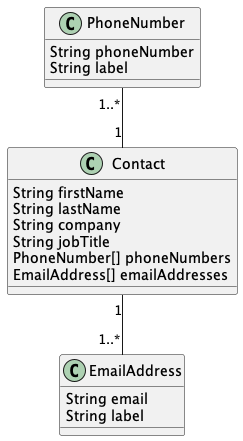
Before: ContactAppClassDiagram.png, a diagram exported from PlantUML (btsogtbaatar/cs489-quiz). Its diagram source:
```plantuml
@startuml "ContactAppClassDiagram"

class Contact {
    String firstName
    String lastName
    String company
    String jobTitle
    PhoneNumber[] phoneNumbers
    EmailAddress[] emailAddresses
}

class PhoneNumber {
    String phoneNumber
    String label
}

class EmailAddress {
    String email
    String label
}

Contact "1" -u- "1..*" PhoneNumber
Contact "1" -d- "1..*" EmailAddress

@enduml
```
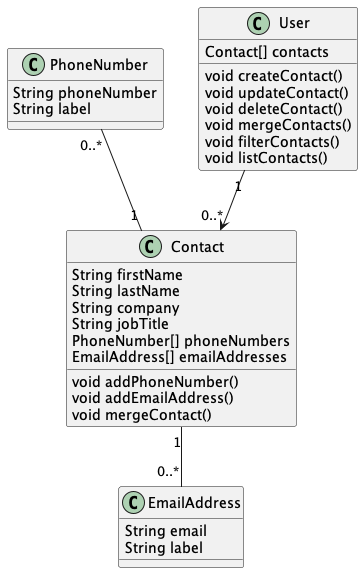
Later version of the same file.

Commit message:
update a class diagram

Change to the diagram source:
```diff
@@ -7,6 +7,10 @@
     String jobTitle
     PhoneNumber[] phoneNumbers
     EmailAddress[] emailAddresses
+
+    void addPhoneNumber()
+    void addEmailAddress()
+    void mergeContact()
 }
 
 class PhoneNumber {
@@ -19,7 +23,19 @@
     String label
 }
 
-Contact "1" -u- "1..*" PhoneNumber
-Contact "1" -d- "1..*" EmailAddress
+class User {
+    Contact[] contacts
+
+    void createContact()
+    void updateContact()
+    void deleteContact()
+    void mergeContacts()
+    void filterContacts()
+    void listContacts()
+}
+
+Contact "1" -u- "0..*" PhoneNumber
+Contact "1" -d- "0..*" EmailAddress
+User "1" -d-> "0..*" Contact
 
 @enduml
```
